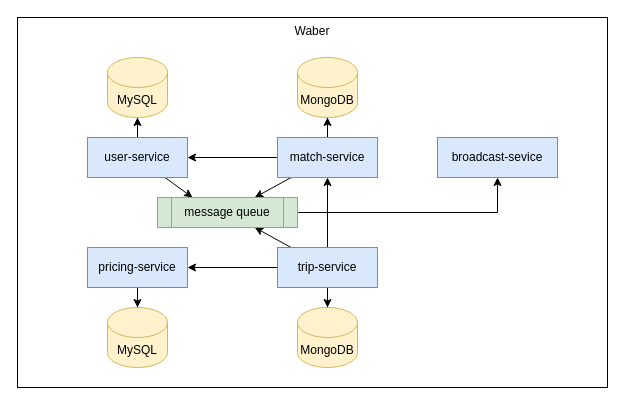
Earlier version of the draw.io diagram Waber.drawio (Johnny850807/Waber). Source tidied: cells renumbered, new cells numbered last; positions are measured from the earlier drawing's top-left corner, leaving out a move shared by most shapes. Both pictures are drawn from the tidied source at 100%, with x=0, y=0 at pixel (17, 17).
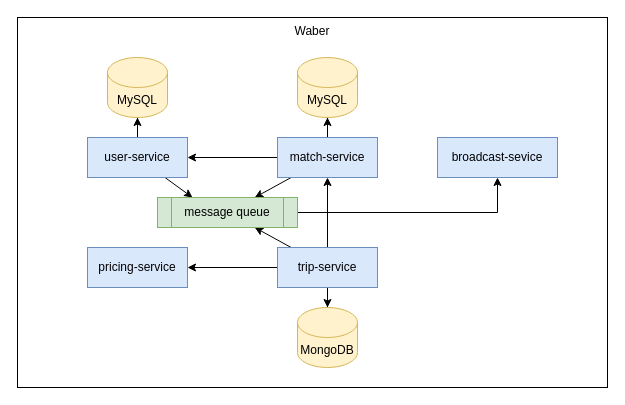
The same diagram, later.

The change refers to these unchanged cells:
```xml
<mxCell id="11" value="pricing-service" style="rounded=0;whiteSpace=wrap;html=1;fillColor=#dae8fc;strokeColor=#6c8ebf;" parent="1" vertex="1">
  <mxGeometry x="70" y="230" width="100" height="40" as="geometry" />
</mxCell>
```

The edit, as a diff of the source:
```diff
@@
-    <mxCell id="10" style="edgeStyle=orthogonalEdgeStyle;rounded=0;jettySize=auto;html=1;" parent="1" edge="1" source="11" target="20">
-      <mxGeometry relative="1" as="geometry" />
-    </mxCell>
@@
-    <mxCell id="18" value="MongoDB" style="shape=cylinder3;whiteSpace=wrap;html=1;boundedLbl=1;backgroundOutline=1;size=15;fillColor=#fff2cc;strokeColor=#d6b656;" parent="1" vertex="1">
+    <mxCell id="18" value="MySQL" style="shape=cylinder3;whiteSpace=wrap;html=1;boundedLbl=1;backgroundOutline=1;size=15;fillColor=#fff2cc;strokeColor=#d6b656;" parent="1" vertex="1">
       <mxGeometry x="280" y="40" width="60" height="60" as="geometry" />
     </mxCell>
@@
-    <mxCell id="20" value="MySQL" style="shape=cylinder3;whiteSpace=wrap;html=1;boundedLbl=1;backgroundOutline=1;size=15;fillColor=#fff2cc;strokeColor=#d6b656;" parent="1" vertex="1">
-      <mxGeometry x="90" y="290" width="60" height="60" as="geometry" />
-    </mxCell>
```
